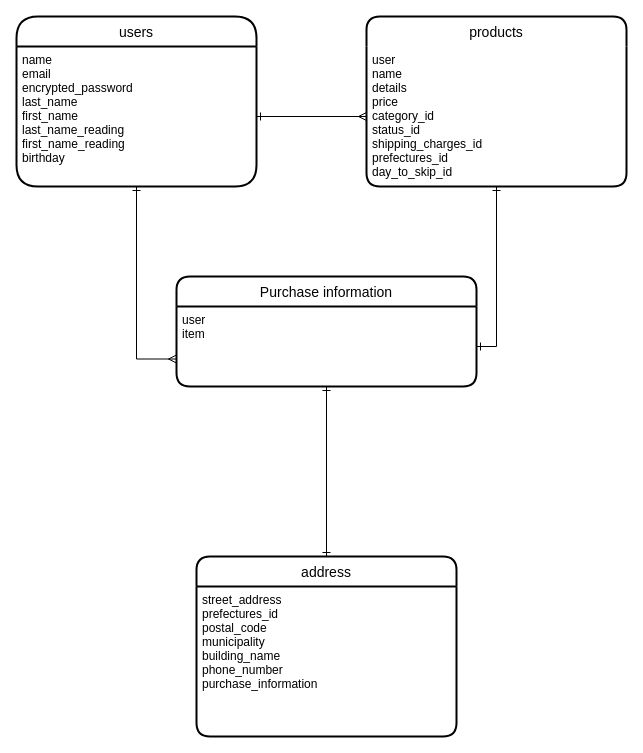
Above: furima29603.dio in mugineko28/furima-29603 (draw.io), before the change. Source tidied: cells renumbered, new cells numbered last; positions are measured from the earlier drawing's top-left corner, leaving out a move shared by most shapes. Both pictures are drawn from the tidied source at 100%, with x=0, y=0 at pixel (16, 16).
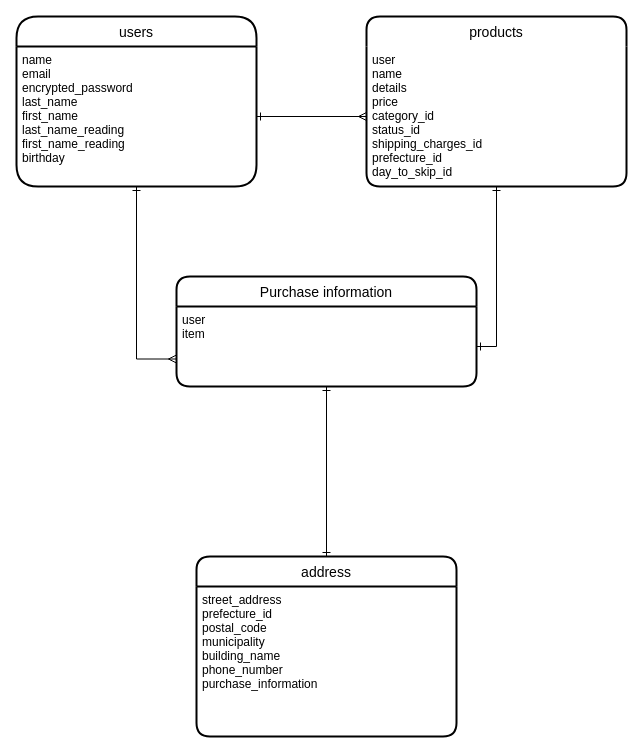
The same diagram, later.

Commit message (it also covers changes not shown here):
テーブル設計（修正９）

The edit, as a diff of the source:
```diff
@@
 <mxGraphModel>
   <root>
     <mxCell id="0" />
     <mxCell id="1" parent="0" />
     <mxCell id="2" value="users" style="swimlane;horizontal=1;startSize=30;rounded=1;fontSize=14;fontStyle=0;strokeWidth=2;shadow=0;dashed=0;align=center;arcSize=24;" parent="1" vertex="1">
       <mxGeometry width="240" height="170" as="geometry" />
     </mxCell>
     <mxCell id="3" value="name&#10;email&#10;encrypted_password&#10;last_name&#10;first_name&#10;last_name_reading&#10;first_name_reading&#10;birthday&#10;" style="align=left;strokeColor=none;fillColor=none;spacingLeft=4;fontSize=12;verticalAlign=top;" parent="2" vertex="1">
       <mxGeometry y="30" width="240" height="140" as="geometry" />
     </mxCell>
     <mxCell id="4" value="products" style="swimlane;horizontal=1;startSize=30;rounded=1;fontSize=14;fontStyle=0;strokeWidth=2;shadow=0;dashed=0;align=center;swimlaneLine=0;" parent="1" vertex="1">
       <mxGeometry x="350" width="260" height="170" as="geometry" />
     </mxCell>
-    <mxCell id="5" value="user&#10;name&#10;details&#10;price&#10;category_id&#10;status_id&#10;shipping_charges_id&#10;prefectures_id&#10;day_to_skip_id&#10;&#10;" style="align=left;strokeColor=none;fillColor=none;spacingLeft=4;fontSize=12;verticalAlign=top;" parent="4" vertex="1">
+    <mxCell id="5" value="user&#10;name&#10;details&#10;price&#10;category_id&#10;status_id&#10;shipping_charges_id&#10;prefecture_id&#10;day_to_skip_id&#10;&#10;" style="align=left;strokeColor=none;fillColor=none;spacingLeft=4;fontSize=12;verticalAlign=top;" parent="4" vertex="1">
       <mxGeometry y="30" width="260" height="140" as="geometry" />
     </mxCell>
     <mxCell id="6" value="address" style="swimlane;horizontal=1;startSize=30;rounded=1;fontSize=14;fontStyle=0;strokeWidth=2;shadow=0;dashed=0;align=center;" parent="1" vertex="1">
       <mxGeometry x="180" y="540" width="260" height="180" as="geometry" />
     </mxCell>
-    <mxCell id="7" value="street_address&#10;prefectures_id&#10;postal_code&#10;municipality&#10;building_name&#10;phone_number&#10;purchase_information " style="align=left;strokeColor=none;fillColor=none;spacingLeft=4;fontSize=12;verticalAlign=top;" parent="6" vertex="1">
+    <mxCell id="7" value="street_address&#10;prefecture_id&#10;postal_code&#10;municipality&#10;building_name&#10;phone_number&#10;purchase_information " style="align=left;strokeColor=none;fillColor=none;spacingLeft=4;fontSize=12;verticalAlign=top;" parent="6" vertex="1">
       <mxGeometry y="30" width="260" height="150" as="geometry" />
     </mxCell>
     <mxCell id="8" value="Purchase information" style="swimlane;horizontal=1;startSize=30;rounded=1;fontSize=14;fontStyle=0;strokeWidth=2;shadow=0;dashed=0;align=center;" parent="1" vertex="1">
       <mxGeometry x="160" y="260" width="300" height="110" as="geometry" />
     </mxCell>
     <mxCell id="9" value="user&#10;item" style="align=left;strokeColor=none;fillColor=none;spacingLeft=4;fontSize=12;verticalAlign=top;" parent="8" vertex="1">
       <mxGeometry y="30" width="300" height="80" as="geometry" />
     </mxCell>
     <mxCell id="10" style="edgeStyle=orthogonalEdgeStyle;rounded=0;jettySize=auto;html=1;entryX=0;entryY=0.5;entryDx=0;entryDy=0;startArrow=ERone;startFill=0;endArrow=ERmany;endFill=0;strokeWidth=1;fillColor=#FFFF00;" parent="1" edge="1" source="3" target="5">
       <mxGeometry relative="1" as="geometry" />
     </mxCell>
     <mxCell id="11" style="edgeStyle=orthogonalEdgeStyle;rounded=0;jettySize=auto;html=1;startArrow=ERone;startFill=0;endArrow=ERone;endFill=0;strokeWidth=1;fillColor=#FFFF00;entryX=0.5;entryY=0;entryDx=0;entryDy=0;" parent="1" edge="1" source="9" target="6">
       <mxGeometry relative="1" as="geometry" />
     </mxCell>
     <mxCell id="12" style="edgeStyle=orthogonalEdgeStyle;rounded=0;jettySize=auto;html=1;exitX=1;exitY=0.5;exitDx=0;exitDy=0;entryX=0.5;entryY=1;entryDx=0;entryDy=0;startArrow=ERone;startFill=0;endArrow=ERone;endFill=0;strokeWidth=1;fillColor=#FFFF00;" parent="1" edge="1" source="9" target="5">
       <mxGeometry relative="1" as="geometry" />
     </mxCell>
     <mxCell id="13" style="edgeStyle=orthogonalEdgeStyle;rounded=0;jettySize=auto;html=1;entryX=0;entryY=0.75;entryDx=0;entryDy=0;startArrow=ERone;startFill=0;endArrow=ERmany;endFill=0;strokeWidth=1;fillColor=#FFFF00;" parent="1" edge="1" source="3" target="8">
       <mxGeometry relative="1" as="geometry" />
     </mxCell>
   </root>
 </mxGraphModel>
```
